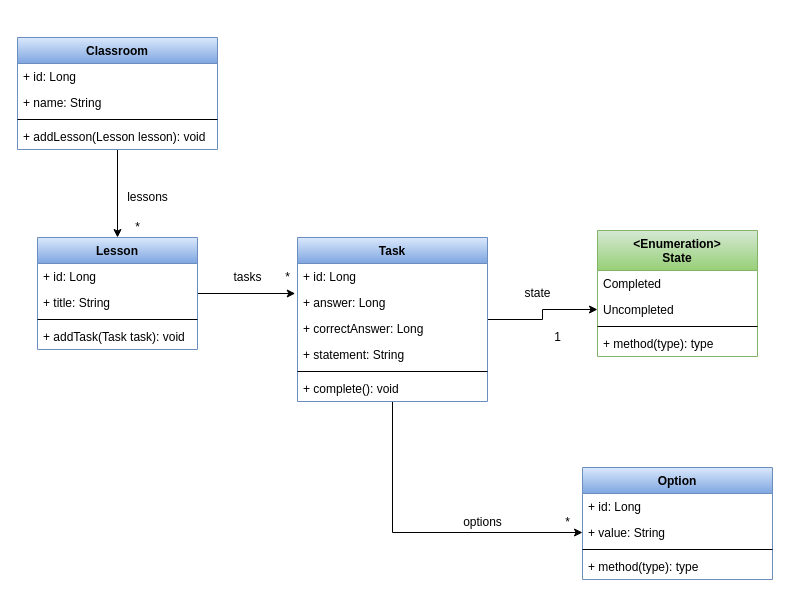
The draw.io diagram page "Domain" (1 of 2) of doc/UML.drawio in zolezzi/VirTuAula, before the edit. Source tidied: cells renumbered, new cells numbered last; positions are measured from the earlier drawing's top-left corner, leaving out a move shared by most shapes. Both pictures are drawn from the tidied source at 100%, with x=0, y=0 at pixel (17, 37).
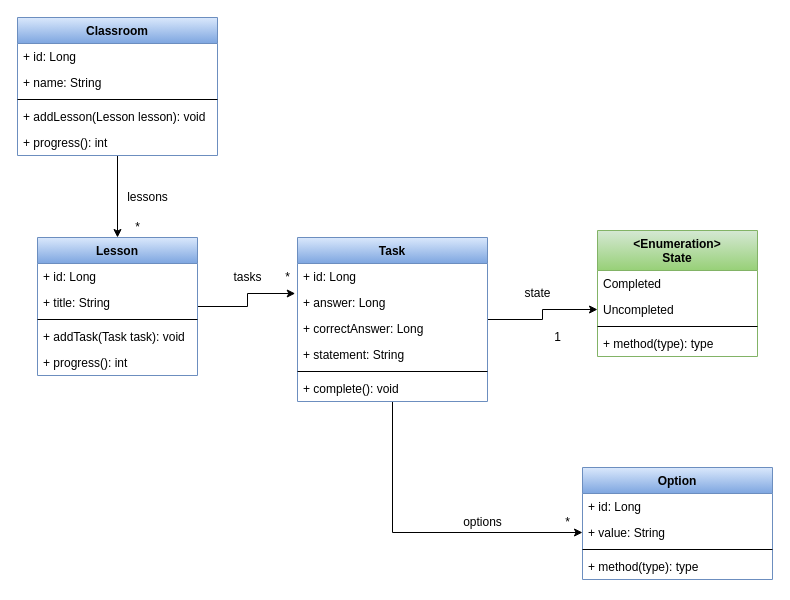
After the change.

What changed in the source:
```diff
@@
     <mxCell id="4" value="Lesson" style="swimlane;fontStyle=1;align=center;verticalAlign=top;horizontal=1;startSize=26;gradientColor=#7ea6e0;fillColor=#dae8fc;strokeColor=#6c8ebf;" parent="1" vertex="1">
-      <mxGeometry x="20" y="200" width="160" height="112" as="geometry" />
+      <mxGeometry x="20" y="200" width="160" height="138" as="geometry" />
     </mxCell>
@@
+    <mxCell id="41" value="+ progress(): int" style="text;strokeColor=none;fillColor=none;align=left;verticalAlign=top;spacingLeft=4;spacingRight=4;overflow=hidden;" parent="4" vertex="1">
+      <mxGeometry y="112" width="160" height="26" as="geometry" />
+    </mxCell>
@@
     <mxCell id="36" value="Classroom" style="swimlane;fontStyle=1;align=center;verticalAlign=top;horizontal=1;startSize=26;gradientColor=#7ea6e0;fillColor=#dae8fc;strokeColor=#6c8ebf;" parent="1" vertex="1">
-      <mxGeometry width="200" height="112" as="geometry" />
+      <mxGeometry y="-20" width="200" height="138" as="geometry" />
     </mxCell>
@@
+    <mxCell id="42" value="+ addLesson(Lesson lesson): void&#10;" style="text;strokeColor=none;fillColor=none;align=left;verticalAlign=top;spacingLeft=4;spacingRight=4;overflow=hidden;" parent="36" vertex="1">
+      <mxGeometry y="86" width="200" height="26" as="geometry" />
+    </mxCell>
-    <mxCell id="40" value="+ addLesson(Lesson lesson): void&#10;" style="text;strokeColor=none;fillColor=none;align=left;verticalAlign=top;spacingLeft=4;spacingRight=4;overflow=hidden;" parent="36" vertex="1">
-      <mxGeometry y="86" width="200" height="26" as="geometry" />
+    <mxCell id="40" value="+ progress(): int&#10;" style="text;strokeColor=none;fillColor=none;align=left;verticalAlign=top;spacingLeft=4;spacingRight=4;overflow=hidden;" parent="36" vertex="1">
+      <mxGeometry y="112" width="200" height="26" as="geometry" />
     </mxCell>
```
